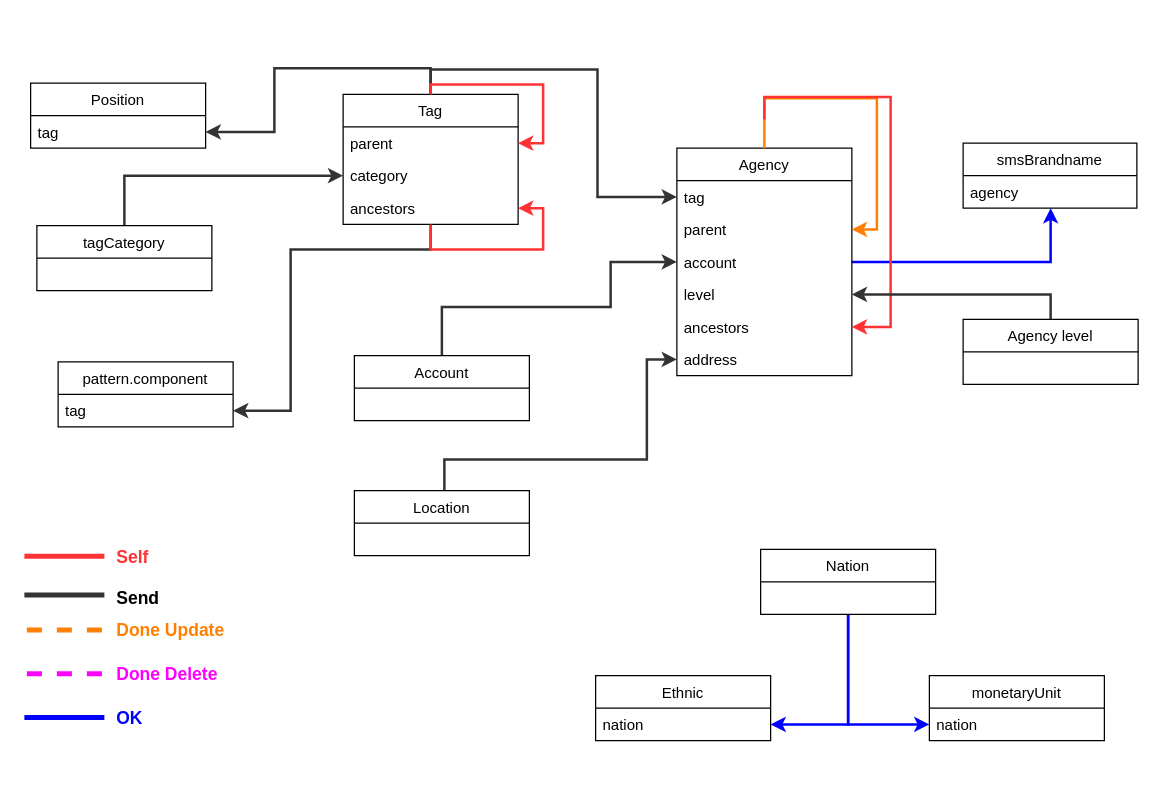
mitgaming/Blk-Design-System keeps this draw.io diagram as Biểu đồ không có tiêu đề.drawio. Above is the earlier version. Source tidied: cells renumbered, new cells numbered last; positions are measured from the earlier drawing's top-left corner, leaving out a move shared by most shapes. Both pictures are drawn from the tidied source at 125%, with x=0, y=0 at pixel (24, 68).
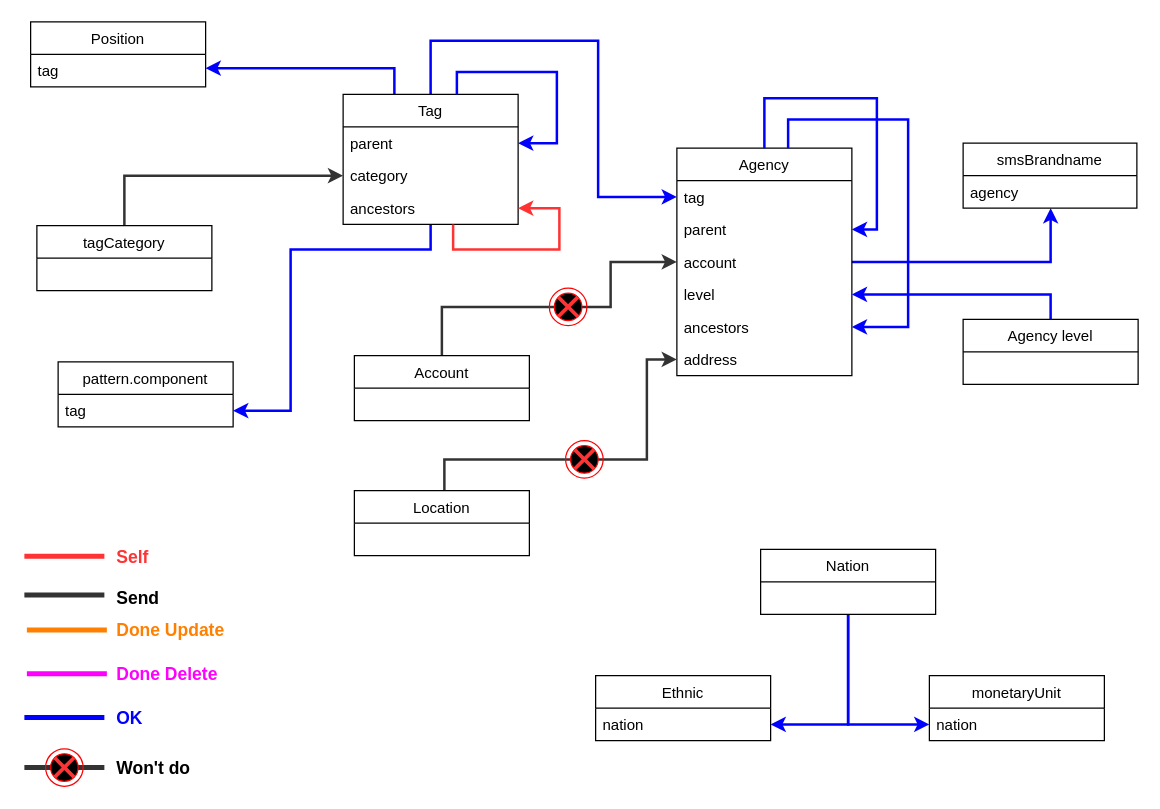
The same page after the edit.

Commit message:
Cập nhật Biểu đồ không có tiêu đề.drawio

Unchanged cells that the change refers to:
```xml
<mxCell id="3" value="Agency" style="swimlane;fontStyle=0;horizontal=1;startSize=26;fillColor=none;" parent="1" vertex="1">
  <mxGeometry x="522" y="64" width="140" height="182" as="geometry" />
</mxCell>
<mxCell id="4" value="tag" style="text;strokeColor=none;fillColor=none;align=left;verticalAlign=top;spacingLeft=4;spacingRight=4;overflow=hidden;points=[[0,0.5],[1,0.5]];portConstraint=eastwest;" parent="3" vertex="1">
  <mxGeometry y="26" width="140" height="26" as="geometry" />
</mxCell>
<mxCell id="5" value="parent&#10;" style="text;strokeColor=none;fillColor=none;align=left;verticalAlign=top;spacingLeft=4;spacingRight=4;overflow=hidden;points=[[0,0.5],[1,0.5]];portConstraint=eastwest;" parent="3" vertex="1">
  <mxGeometry y="52" width="140" height="26" as="geometry" />
</mxCell>
<mxCell id="7" value="level" style="text;strokeColor=none;fillColor=none;align=left;verticalAlign=top;spacingLeft=4;spacingRight=4;overflow=hidden;points=[[0,0.5],[1,0.5]];portConstraint=eastwest;" parent="3" vertex="1">
  <mxGeometry y="104" width="140" height="26" as="geometry" />
</mxCell>
<mxCell id="9" value="ancestors" style="text;strokeColor=none;fillColor=none;align=left;verticalAlign=top;spacingLeft=4;spacingRight=4;overflow=hidden;points=[[0,0.5],[1,0.5]];portConstraint=eastwest;" parent="3" vertex="1">
  <mxGeometry y="130" width="140" height="26" as="geometry" />
</mxCell>
<mxCell id="15" value="Tag" style="swimlane;fontStyle=0;horizontal=1;startSize=26;fillColor=none;" parent="1" vertex="1">
  <mxGeometry x="255" y="21" width="140" height="104" as="geometry" />
</mxCell>
<mxCell id="16" value="parent&#10;" style="text;strokeColor=none;fillColor=none;align=left;verticalAlign=top;spacingLeft=4;spacingRight=4;overflow=hidden;points=[[0,0.5],[1,0.5]];portConstraint=eastwest;" parent="15" vertex="1">
  <mxGeometry y="26" width="140" height="26" as="geometry" />
</mxCell>
<mxCell id="19" value="ancestors" style="text;strokeColor=none;fillColor=none;align=left;verticalAlign=top;spacingLeft=4;spacingRight=4;overflow=hidden;points=[[0,0.5],[1,0.5]];portConstraint=eastwest;" parent="15" vertex="1">
  <mxGeometry y="78" width="140" height="26" as="geometry" />
</mxCell>
<mxCell id="24" value="Agency level" style="swimlane;fontStyle=0;horizontal=1;startSize=26;fillColor=none;" parent="1" vertex="1">
  <mxGeometry x="751" y="201" width="140" height="52" as="geometry" />
</mxCell>
<mxCell id="35" value="tag" style="text;strokeColor=none;fillColor=none;align=left;verticalAlign=top;spacingLeft=4;spacingRight=4;overflow=hidden;points=[[0,0.5],[1,0.5]];portConstraint=eastwest;" parent="34" vertex="1">
  <mxGeometry y="26" width="140" height="26" as="geometry" />
</mxCell>
<mxCell id="39" value="tag" style="text;strokeColor=none;fillColor=none;align=left;verticalAlign=top;spacingLeft=4;spacingRight=4;overflow=hidden;points=[[0,0.5],[1,0.5]];portConstraint=eastwest;" parent="38" vertex="1">
  <mxGeometry y="26" width="140" height="26" as="geometry" />
</mxCell>
```

Change to the diagram source:
```diff
@@
-    <mxCell id="8" style="edgeStyle=orthogonalEdgeStyle;rounded=0;jettySize=auto;html=1;strokeWidth=2;strokeColor=#FF8000;" parent="3" edge="1" source="3" target="5">
+    <mxCell id="8" style="edgeStyle=orthogonalEdgeStyle;rounded=0;jettySize=auto;html=1;strokeWidth=2;strokeColor=#0000FF;" parent="3" edge="1" source="3" target="5">
       <mxGeometry relative="1" as="geometry">
         <Array as="points">
           <mxPoint x="70" y="-40" />
           <mxPoint x="160" y="-40" />
           <mxPoint x="160" y="65" />
         </Array>
       </mxGeometry>
     </mxCell>
@@
-    <mxCell id="10" style="edgeStyle=orthogonalEdgeStyle;rounded=0;jettySize=auto;html=1;strokeWidth=2;strokeColor=#FF3333;" parent="3" edge="1" target="9">
+    <mxCell id="10" style="edgeStyle=orthogonalEdgeStyle;rounded=0;jettySize=auto;html=1;strokeWidth=2;strokeColor=#0000FF;" parent="3" edge="1" target="9">
       <mxGeometry relative="1" as="geometry">
-        <mxPoint x="70" y="-23" as="sourcePoint" />
+        <mxPoint x="89" as="sourcePoint" />
         <Array as="points">
-          <mxPoint x="70" y="-41" />
-          <mxPoint x="171" y="-41" />
-          <mxPoint x="171" y="143" />
+          <mxPoint x="89" />
+          <mxPoint x="89" y="-23" />
+          <mxPoint x="185" y="-23" />
+          <mxPoint x="185" y="143" />
         </Array>
       </mxGeometry>
     </mxCell>
@@
-    <mxCell id="12" style="edgeStyle=orthogonalEdgeStyle;rounded=0;jettySize=auto;html=1;exitX=0.5;exitY=0;exitDx=0;exitDy=0;strokeWidth=2;strokeColor=#333333;" parent="1" edge="1" source="15" target="4">
-      <mxGeometry relative="1" as="geometry" />
+    <mxCell id="12" style="edgeStyle=orthogonalEdgeStyle;rounded=0;jettySize=auto;html=1;exitX=0.5;exitY=0;exitDx=0;exitDy=0;strokeWidth=2;strokeColor=#0000FF;" parent="1" edge="1" source="15" target="4">
+      <mxGeometry relative="1" as="geometry">
+        <Array as="points">
+          <mxPoint x="325" y="-22" />
+          <mxPoint x="459" y="-22" />
+          <mxPoint x="459" y="103" />
+        </Array>
+      </mxGeometry>
     </mxCell>
-    <mxCell id="13" style="edgeStyle=orthogonalEdgeStyle;rounded=0;jettySize=auto;html=1;strokeWidth=2;strokeColor=#333333;" parent="1" edge="1" source="15" target="35">
+    <mxCell id="13" style="edgeStyle=orthogonalEdgeStyle;rounded=0;jettySize=auto;html=1;strokeWidth=2;strokeColor=#0000FF;" parent="1" edge="1" source="15" target="35">
       <mxGeometry relative="1" as="geometry">
         <Array as="points">
-          <mxPoint x="325" />
-          <mxPoint x="200" />
-          <mxPoint x="200" y="51" />
+          <mxPoint x="296" />
         </Array>
       </mxGeometry>
     </mxCell>
-    <mxCell id="14" style="edgeStyle=orthogonalEdgeStyle;rounded=0;jettySize=auto;html=1;strokeWidth=2;strokeColor=#333333;" parent="1" edge="1" source="15" target="39">
+    <mxCell id="14" style="edgeStyle=orthogonalEdgeStyle;rounded=0;jettySize=auto;html=1;strokeWidth=2;strokeColor=#0000FF;" parent="1" edge="1" source="15" target="39">
       <mxGeometry relative="1" as="geometry">
         <Array as="points">
           <mxPoint x="325" y="145" />
           <mxPoint x="213" y="145" />
           <mxPoint x="213" y="274" />
         </Array>
       </mxGeometry>
     </mxCell>
@@
-    <mxCell id="18" style="edgeStyle=orthogonalEdgeStyle;rounded=0;jettySize=auto;html=1;strokeWidth=2;strokeColor=#FF3333;" parent="15" edge="1" source="15" target="16">
+    <mxCell id="18" style="edgeStyle=orthogonalEdgeStyle;rounded=0;jettySize=auto;html=1;strokeWidth=2;strokeColor=#0000FF;" parent="15" edge="1" source="15" target="16">
       <mxGeometry relative="1" as="geometry">
         <Array as="points">
-          <mxPoint x="70" y="-8" />
-          <mxPoint x="160" y="-8" />
-          <mxPoint x="160" y="39" />
+          <mxPoint x="91" y="-18" />
+          <mxPoint x="171" y="-18" />
+          <mxPoint x="171" y="39" />
         </Array>
       </mxGeometry>
     </mxCell>
@@
     <mxCell id="20" style="edgeStyle=orthogonalEdgeStyle;rounded=0;jettySize=auto;html=1;strokeColor=#FF3333;strokeWidth=2;" parent="15" edge="1" source="15" target="19">
-      <mxGeometry relative="1" as="geometry" />
+      <mxGeometry relative="1" as="geometry">
+        <Array as="points">
+          <mxPoint x="88" y="124" />
+          <mxPoint x="173" y="124" />
+          <mxPoint x="173" y="91" />
+        </Array>
+      </mxGeometry>
     </mxCell>
@@
-    <mxCell id="23" style="edgeStyle=orthogonalEdgeStyle;rounded=0;jettySize=auto;html=1;exitX=0.5;exitY=0;exitDx=0;exitDy=0;strokeWidth=2;strokeColor=#333333;" parent="1" edge="1" source="24" target="7">
+    <mxCell id="23" style="edgeStyle=orthogonalEdgeStyle;rounded=0;jettySize=auto;html=1;exitX=0.5;exitY=0;exitDx=0;exitDy=0;strokeWidth=2;strokeColor=#0000FF;" parent="1" edge="1" source="24" target="7">
       <mxGeometry relative="1" as="geometry" />
     </mxCell>
@@
     <mxCell id="34" value="Position" style="swimlane;fontStyle=0;horizontal=1;startSize=26;fillColor=none;" parent="1" vertex="1">
-      <mxGeometry x="5" y="12" width="140" height="52" as="geometry" />
+      <mxGeometry x="5" y="-37" width="140" height="52" as="geometry" />
     </mxCell>
@@
-    <mxCell id="46" style="line;strokeWidth=4;html=1;align=left;strokeColor=#FF8000;dashed=1;" parent="1" vertex="1">
+    <mxCell id="46" style="line;strokeWidth=4;html=1;align=left;strokeColor=#FF8000;" parent="1" vertex="1">
       <mxGeometry x="2" y="444.5" width="64" height="10" as="geometry" />
     </mxCell>
@@
-    <mxCell id="48" style="line;strokeWidth=4;html=1;align=left;dashed=1;fontColor=#FF00FF;strokeColor=#FF00FF;" parent="1" vertex="1">
+    <mxCell id="48" style="line;strokeWidth=4;html=1;align=left;fontColor=#FF00FF;strokeColor=#FF00FF;" parent="1" vertex="1">
       <mxGeometry x="2" y="479.5" width="64" height="10" as="geometry" />
     </mxCell>
@@
+    <mxCell id="52" style="group;" parent="1" vertex="1">
+      <mxGeometry x="433" y="298" width="30" height="30" as="geometry" />
+    </mxCell>
+    <mxCell id="53" style="group;" parent="52" vertex="1">
+      <mxGeometry width="30" height="30" as="geometry" />
+    </mxCell>
+    <mxCell id="54" style="ellipse;html=1;shape=endState;fillColor=#000000;strokeColor=#ff0000;fontColor=#FF00FF;align=left;" parent="53" vertex="1">
+      <mxGeometry width="30" height="30" as="geometry" />
+    </mxCell>
+    <mxCell id="55" style="shape=umlDestroy;whiteSpace=wrap;html=1;strokeWidth=3;fontColor=#FF00FF;align=left;strokeColor=#FF3333;" parent="53" vertex="1">
+      <mxGeometry x="7.2" y="7.2" width="15.5" height="15.5" as="geometry" />
+    </mxCell>
+    <mxCell id="56" style="group;" parent="1" vertex="1">
+      <mxGeometry x="420" y="176" width="30" height="30" as="geometry" />
+    </mxCell>
+    <mxCell id="57" style="group;" parent="56" vertex="1">
+      <mxGeometry width="30" height="30" as="geometry" />
+    </mxCell>
+    <mxCell id="58" style="ellipse;html=1;shape=endState;fillColor=#000000;strokeColor=#ff0000;fontColor=#FF00FF;align=left;" parent="57" vertex="1">
+      <mxGeometry width="30" height="30" as="geometry" />
+    </mxCell>
+    <mxCell id="59" style="shape=umlDestroy;whiteSpace=wrap;html=1;strokeWidth=3;fontColor=#FF00FF;align=left;strokeColor=#FF3333;" parent="57" vertex="1">
+      <mxGeometry x="7.2" y="7.2" width="15.5" height="15.5" as="geometry" />
+    </mxCell>
+    <mxCell id="60" style="line;strokeWidth=4;html=1;strokeColor=#333333;align=left;" parent="1" vertex="1">
+      <mxGeometry y="554.5" width="64" height="10" as="geometry" />
+    </mxCell>
+    <mxCell id="61" value="&lt;span style=&quot;font-size: 14px&quot;&gt;&lt;b&gt;Won't do&lt;/b&gt;&lt;/span&gt;" style="text;html=1;align=left;verticalAlign=middle;" parent="1" vertex="1">
+      <mxGeometry x="72" y="550" width="69" height="19" as="geometry" />
+    </mxCell>
+    <mxCell id="62" style="group;" parent="1" vertex="1">
+      <mxGeometry x="17" y="544.5" width="30" height="30" as="geometry" />
+    </mxCell>
+    <mxCell id="63" style="group;" parent="62" vertex="1">
+      <mxGeometry width="30" height="30" as="geometry" />
+    </mxCell>
+    <mxCell id="64" style="ellipse;html=1;shape=endState;fillColor=#000000;strokeColor=#ff0000;fontColor=#FF00FF;align=left;" parent="63" vertex="1">
+      <mxGeometry width="30" height="30" as="geometry" />
+    </mxCell>
+    <mxCell id="65" style="shape=umlDestroy;whiteSpace=wrap;html=1;strokeWidth=3;fontColor=#FF00FF;align=left;strokeColor=#FF3333;" parent="63" vertex="1">
+      <mxGeometry x="7.2" y="7.2" width="15.5" height="15.5" as="geometry" />
+    </mxCell>
```
